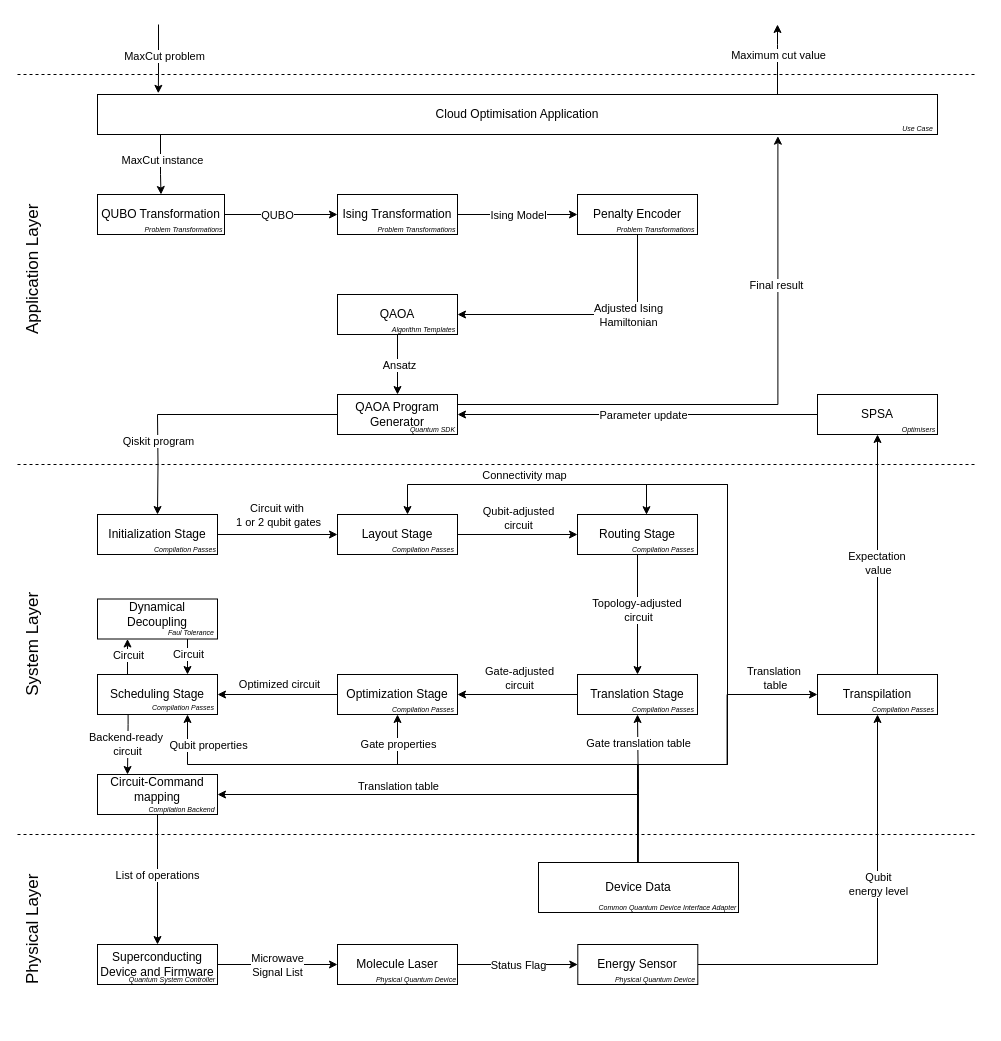
The draw.io diagram page "scenario2" (2 of 4) of docs/scenario-based-analysis/images/scenarios.drawio in FullStaQD/architecture, before the edit. Source tidied: cells renumbered, new cells numbered last; positions are measured from the earlier drawing's top-left corner, leaving out a move shared by most shapes. Both pictures are drawn from the tidied source at 100%, with x=0, y=0 at pixel (-53, 24).
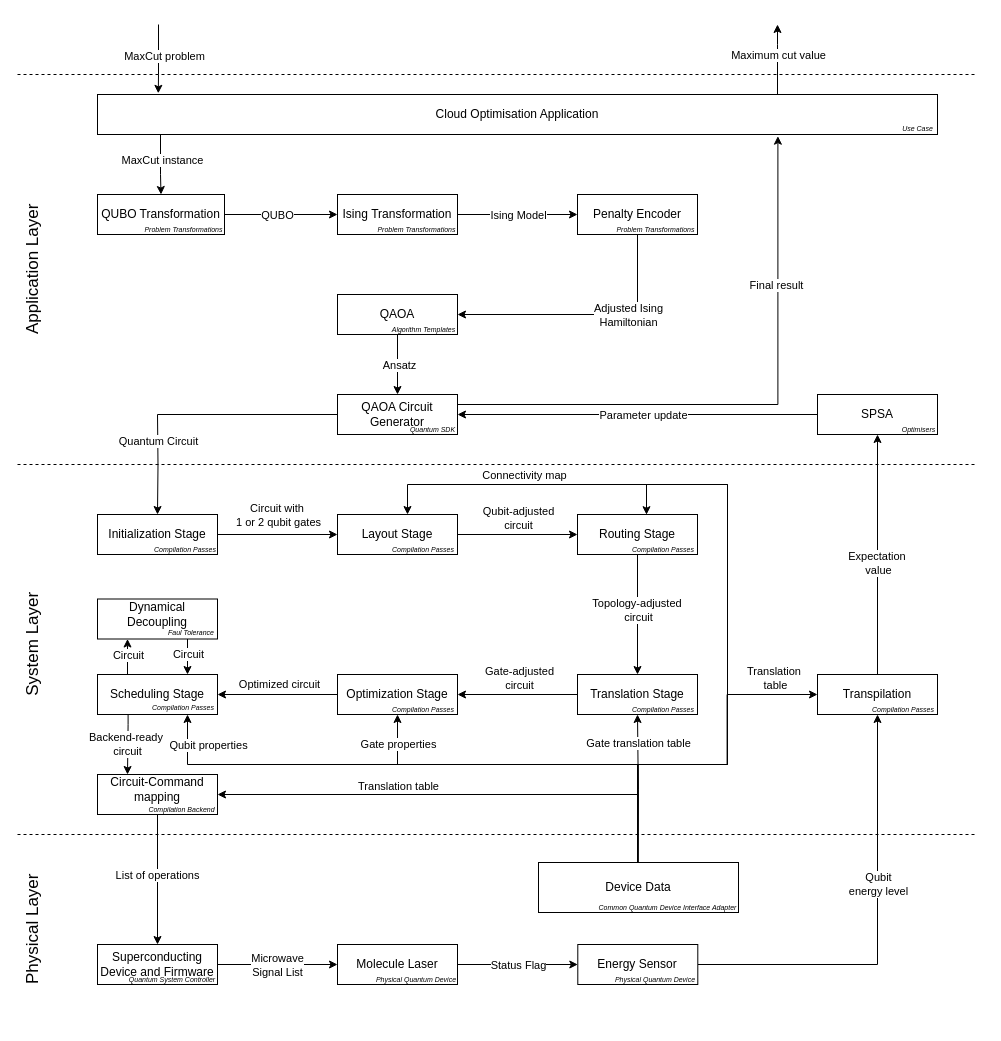
After the change.

Unchanged cells that the change refers to:
```xml
<mxCell id="21" style="edgeStyle=orthogonalEdgeStyle;rounded=0;jettySize=auto;html=1;entryX=0.5;entryY=0;entryDx=0;entryDy=0;" parent="1" edge="1" target="31">
  <mxGeometry relative="1" as="geometry">
    <mxPoint x="210" y="390" as="sourcePoint" />
  </mxGeometry>
</mxCell>
```

The edit, as a diff of the source:
```diff
@@
-    <mxCell id="22" value="Qiskit program" style="edgeLabel;html=1;align=center;verticalAlign=middle;" parent="21" vertex="1">
+    <mxCell id="22" value="Quantum Circuit" style="edgeLabel;html=1;align=center;verticalAlign=middle;" parent="21" vertex="1">
       <mxGeometry x="0.1" y="1" relative="1" as="geometry">
         <mxPoint x="-1" y="-28" as="offset" />
       </mxGeometry>
     </mxCell>
@@
-    <mxCell id="68" value="QAOA Program&lt;div&gt;Generator&lt;/div&gt;" style="rounded=0;whiteSpace=wrap;html=1;" parent="1" vertex="1">
+    <mxCell id="68" value="QAOA Circuit&lt;div&gt;Generator&lt;/div&gt;" style="rounded=0;whiteSpace=wrap;html=1;" parent="1" vertex="1">
       <mxGeometry x="390" y="370" width="120" height="40" as="geometry" />
     </mxCell>
```
